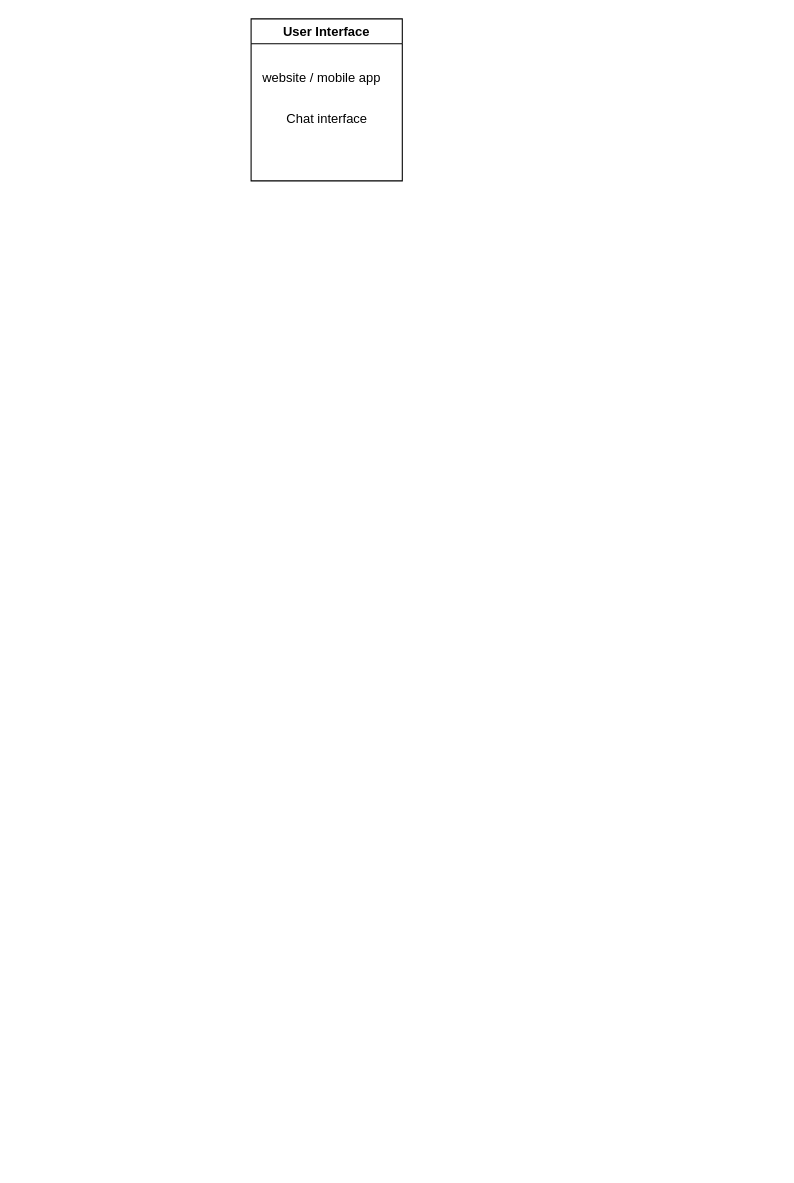
Earlier version of the draw.io diagram page "Detailed" (2 of 2) of Untitled Diagram.drawio (arunmadhu/ecom-angular). Source tidied: cells renumbered, new cells numbered last; positions are measured from the earlier drawing's top-left corner, leaving out a move shared by most shapes. Both pictures are drawn from the tidied source at 108%, with x=0, y=0 at pixel (251, 18).
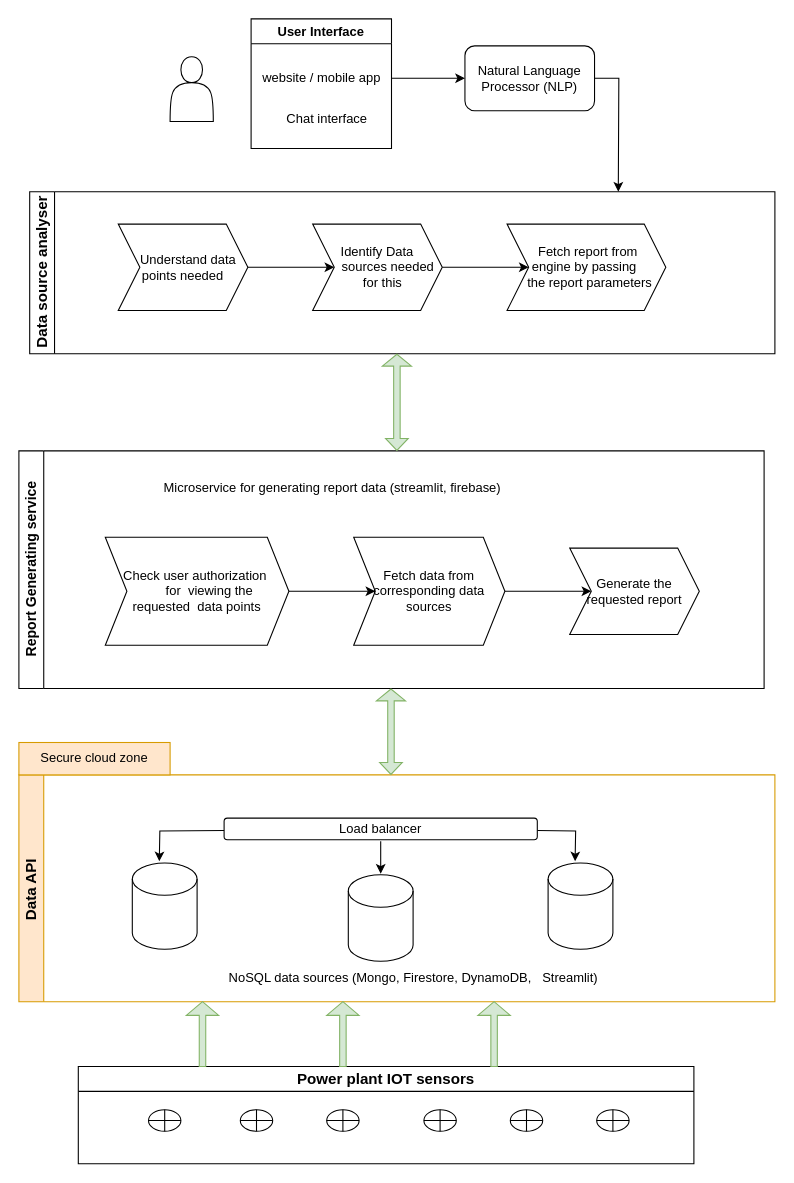
The same page after the edit.

The change refers to these unchanged cells:
```xml
<mxCell id="3" value="website / mobile app" style="text;html=1;align=center;verticalAlign=middle;points=[];strokeColor=none;fillColor=none;" parent="2" vertex="1">
  <mxGeometry y="40" width="130" height="30" as="geometry" />
</mxCell>
```

Diff of the diagram source:
```diff
@@
     <mxCell id="2" value="User Interface" style="swimlane;whiteSpace=wrap;html=1;" parent="1" vertex="1">
-      <mxGeometry width="140" height="150" as="geometry" />
+      <mxGeometry width="130" height="120" as="geometry" />
     </mxCell>
@@
+    <mxCell id="5" style="edgeStyle=orthogonalEdgeStyle;rounded=0;jettySize=auto;html=1;" parent="1" edge="1" source="6">
+      <mxGeometry relative="1" as="geometry">
+        <mxPoint x="340" y="160" as="targetPoint" />
+      </mxGeometry>
+    </mxCell>
+    <mxCell id="6" value="Natural Language Processor (NLP)" style="rounded=1;whiteSpace=wrap;html=1;" parent="1" vertex="1">
+      <mxGeometry x="198" y="25" width="120" height="60" as="geometry" />
+    </mxCell>
+    <mxCell id="7" value="&lt;font style=&quot;font-size: 14px;&quot;&gt;Data source analyser&lt;/font&gt;" style="swimlane;horizontal=0;whiteSpace=wrap;html=1;" parent="1" vertex="1">
+      <mxGeometry x="-205" y="160" width="690" height="150" as="geometry" />
+    </mxCell>
+    <mxCell id="8" style="edgeStyle=orthogonalEdgeStyle;rounded=0;jettySize=auto;html=1;" parent="7" edge="1" source="9" target="12">
+      <mxGeometry relative="1" as="geometry" />
+    </mxCell>
+    <mxCell id="9" value="&amp;nbsp; &amp;nbsp; &amp;nbsp; &amp;nbsp;Identify Data&amp;nbsp; &amp;nbsp; &amp;nbsp; &amp;nbsp; &amp;nbsp; &amp;nbsp; &amp;nbsp; &amp;nbsp;sources needed&amp;nbsp; &amp;nbsp; &amp;nbsp; for this&amp;nbsp;" style="shape=step;perimeter=stepPerimeter;whiteSpace=wrap;html=1;fixedSize=1;" parent="7" vertex="1">
+      <mxGeometry x="262" y="30" width="120" height="80" as="geometry" />
+    </mxCell>
+    <mxCell id="10" value="&amp;nbsp; &amp;nbsp;Understand data points needed" style="shape=step;perimeter=stepPerimeter;whiteSpace=wrap;html=1;fixedSize=1;" parent="7" vertex="1">
+      <mxGeometry x="82" y="30" width="120" height="80" as="geometry" />
+    </mxCell>
+    <mxCell id="11" style="edgeStyle=orthogonalEdgeStyle;rounded=0;jettySize=auto;html=1;" parent="7" edge="1" source="10" target="9">
+      <mxGeometry relative="1" as="geometry" />
+    </mxCell>
+    <mxCell id="12" value="&amp;nbsp; &amp;nbsp; &amp;nbsp; &amp;nbsp; Fetch report from&amp;nbsp; &amp;nbsp; &amp;nbsp; &amp;nbsp; &amp;nbsp; &amp;nbsp; &amp;nbsp; engine by passing&amp;nbsp; &amp;nbsp; &amp;nbsp; &amp;nbsp; &amp;nbsp; the report parameters" style="shape=step;perimeter=stepPerimeter;whiteSpace=wrap;html=1;fixedSize=1;" parent="7" vertex="1">
+      <mxGeometry x="442" y="30" width="147" height="80" as="geometry" />
+    </mxCell>
+    <mxCell id="13" value="&lt;font style=&quot;font-size: 14px;&quot;&gt;Data API&amp;nbsp;&lt;/font&gt;" style="swimlane;horizontal=0;whiteSpace=wrap;html=1;fillColor=#ffe6cc;strokeColor=#d79b00;" parent="1" vertex="1">
+      <mxGeometry x="-215" y="700" width="700" height="210" as="geometry" />
+    </mxCell>
+    <mxCell id="14" style="shape=cylinder3;whiteSpace=wrap;html=1;boundedLbl=1;backgroundOutline=1;size=15;" parent="13" vertex="1">
+      <mxGeometry x="105" y="81.5" width="60" height="80" as="geometry" />
+    </mxCell>
+    <mxCell id="15" style="shape=cylinder3;whiteSpace=wrap;html=1;boundedLbl=1;backgroundOutline=1;size=15;" parent="13" vertex="1">
+      <mxGeometry x="305" y="92.5" width="60" height="80" as="geometry" />
+    </mxCell>
+    <mxCell id="16" style="shape=cylinder3;whiteSpace=wrap;html=1;boundedLbl=1;backgroundOutline=1;size=15;" parent="13" vertex="1">
+      <mxGeometry x="490" y="81.5" width="60" height="80" as="geometry" />
+    </mxCell>
+    <mxCell id="17" value="NoSQL data sources (Mongo, Firestore, DynamoDB,&amp;nbsp; &amp;nbsp;Streamlit)" style="text;html=1;align=center;verticalAlign=middle;strokeColor=none;fillColor=none;" parent="13" vertex="1">
+      <mxGeometry x="180" y="172.5" width="370" height="30" as="geometry" />
+    </mxCell>
+    <mxCell id="18" style="edgeStyle=orthogonalEdgeStyle;rounded=0;orthogonalLoop=1;jettySize=auto;html=1;" parent="13" edge="1">
+      <mxGeometry relative="1" as="geometry">
+        <mxPoint x="335" y="61.5" as="sourcePoint" />
+        <mxPoint x="335" y="91.5" as="targetPoint" />
+      </mxGeometry>
+    </mxCell>
+    <mxCell id="19" style="edgeStyle=orthogonalEdgeStyle;rounded=0;orthogonalLoop=1;jettySize=auto;html=1;" parent="13" edge="1">
+      <mxGeometry relative="1" as="geometry">
+        <mxPoint x="480" y="51.5" as="sourcePoint" />
+        <mxPoint x="515" y="80" as="targetPoint" />
+      </mxGeometry>
+    </mxCell>
+    <mxCell id="20" value="Load balancer" style="rounded=1;whiteSpace=wrap;html=1;" parent="13" vertex="1">
+      <mxGeometry x="190" y="40" width="290" height="20" as="geometry" />
+    </mxCell>
+    <mxCell id="21" style="edgeStyle=orthogonalEdgeStyle;rounded=0;orthogonalLoop=1;jettySize=auto;html=1;" parent="13" edge="1">
+      <mxGeometry relative="1" as="geometry">
+        <mxPoint x="190" y="51.5" as="sourcePoint" />
+        <mxPoint x="130" y="80" as="targetPoint" />
+      </mxGeometry>
+    </mxCell>
+    <mxCell id="22" value="Secure cloud zone" style="text;html=1;align=center;verticalAlign=middle;whiteSpace=wrap;rounded=0;fillColor=#ffe6cc;strokeColor=#d79b00;" parent="1" vertex="1">
+      <mxGeometry x="-215" y="670" width="140" height="30" as="geometry" />
+    </mxCell>
+    <mxCell id="23" value="&lt;font style=&quot;font-size: 13px;&quot;&gt;Report Generating service&lt;/font&gt;" style="swimlane;horizontal=0;whiteSpace=wrap;html=1;" parent="1" vertex="1">
+      <mxGeometry x="-215" y="400" width="690" height="220" as="geometry" />
+    </mxCell>
+    <mxCell id="24" value="Microservice for generating report data (streamlit, firebase)" style="text;html=1;align=center;verticalAlign=middle;strokeColor=none;fillColor=none;" parent="23" vertex="1">
+      <mxGeometry x="120" y="20" width="340" height="30" as="geometry" />
+    </mxCell>
+    <mxCell id="25" style="edgeStyle=orthogonalEdgeStyle;rounded=0;jettySize=auto;html=1;" parent="23" edge="1" source="26" target="28">
+      <mxGeometry relative="1" as="geometry" />
+    </mxCell>
+    <mxCell id="26" value="&amp;nbsp; &amp;nbsp; Check user authorization&amp;nbsp; &amp;nbsp; &amp;nbsp; &amp;nbsp; &amp;nbsp; &amp;nbsp; &amp;nbsp; for&amp;nbsp; viewing the&amp;nbsp; requested&amp;nbsp; data points" style="shape=step;perimeter=stepPerimeter;whiteSpace=wrap;html=1;fixedSize=1;" parent="23" vertex="1">
+      <mxGeometry x="80" y="80" width="170" height="100" as="geometry" />
+    </mxCell>
+    <mxCell id="27" style="edgeStyle=orthogonalEdgeStyle;rounded=0;jettySize=auto;html=1;" parent="23" edge="1" source="28" target="29">
+      <mxGeometry relative="1" as="geometry" />
+    </mxCell>
+    <mxCell id="28" value="Fetch data from corresponding data sources" style="shape=step;perimeter=stepPerimeter;whiteSpace=wrap;html=1;fixedSize=1;" parent="23" vertex="1">
+      <mxGeometry x="310" y="80" width="140" height="100" as="geometry" />
+    </mxCell>
+    <mxCell id="29" value="Generate the requested report" style="shape=step;perimeter=stepPerimeter;whiteSpace=wrap;html=1;fixedSize=1;" parent="23" vertex="1">
+      <mxGeometry x="510" y="90" width="120" height="80" as="geometry" />
+    </mxCell>
+    <mxCell id="30" style="shape=flexArrow;endArrow=classic;startArrow=classic;html=1;rounded=0;startWidth=14;startSize=3.33;width=6;endSize=3.33;fillColor=#d5e8d4;strokeColor=#82b366;" parent="1" edge="1">
+      <mxGeometry relative="1" as="geometry">
+        <mxPoint x="135" y="400" as="sourcePoint" />
+        <mxPoint x="135" y="310" as="targetPoint" />
+      </mxGeometry>
+    </mxCell>
+    <mxCell id="31" style="shape=flexArrow;endArrow=classic;startArrow=classic;html=1;rounded=0;startWidth=14;startSize=3.33;width=6;endSize=3.33;fillColor=#d5e8d4;strokeColor=#82b366;" parent="1" edge="1">
+      <mxGeometry relative="1" as="geometry">
+        <mxPoint x="129.5" y="700" as="sourcePoint" />
+        <mxPoint x="129.5" y="620" as="targetPoint" />
+      </mxGeometry>
+    </mxCell>
+    <mxCell id="32" style="shape=actor;whiteSpace=wrap;html=1;" parent="1" vertex="1">
+      <mxGeometry x="-75" y="35" width="40" height="60" as="geometry" />
+    </mxCell>
+    <mxCell id="33" style="edgeStyle=orthogonalEdgeStyle;rounded=0;jettySize=auto;html=1;" parent="1" edge="1" source="3" target="6">
+      <mxGeometry relative="1" as="geometry" />
+    </mxCell>
+    <mxCell id="34" value="&lt;font style=&quot;font-size: 14px;&quot;&gt;Power plant IOT sensors&lt;/font&gt;" style="swimlane;whiteSpace=wrap;html=1;" parent="1" vertex="1">
+      <mxGeometry x="-160" y="970" width="570" height="90" as="geometry" />
+    </mxCell>
+    <mxCell id="35" style="shape=orEllipse;perimeter=ellipsePerimeter;whiteSpace=wrap;html=1;backgroundOutline=1;" parent="34" vertex="1">
+      <mxGeometry x="65" y="40" width="30" height="20" as="geometry" />
+    </mxCell>
+    <mxCell id="36" style="shape=orEllipse;perimeter=ellipsePerimeter;whiteSpace=wrap;html=1;backgroundOutline=1;" parent="34" vertex="1">
+      <mxGeometry x="320" y="40" width="30" height="20" as="geometry" />
+    </mxCell>
+    <mxCell id="37" style="shape=orEllipse;perimeter=ellipsePerimeter;whiteSpace=wrap;html=1;backgroundOutline=1;" parent="34" vertex="1">
+      <mxGeometry x="230" y="40" width="30" height="20" as="geometry" />
+    </mxCell>
+    <mxCell id="38" style="shape=orEllipse;perimeter=ellipsePerimeter;whiteSpace=wrap;html=1;backgroundOutline=1;" parent="34" vertex="1">
+      <mxGeometry x="150" y="40" width="30" height="20" as="geometry" />
+    </mxCell>
+    <mxCell id="39" style="shape=orEllipse;perimeter=ellipsePerimeter;whiteSpace=wrap;html=1;backgroundOutline=1;" parent="34" vertex="1">
+      <mxGeometry x="480" y="40" width="30" height="20" as="geometry" />
+    </mxCell>
+    <mxCell id="40" style="shape=orEllipse;perimeter=ellipsePerimeter;whiteSpace=wrap;html=1;backgroundOutline=1;" parent="34" vertex="1">
+      <mxGeometry x="400" y="40" width="30" height="20" as="geometry" />
+    </mxCell>
+    <mxCell id="41" style="shape=singleArrow;direction=north;whiteSpace=wrap;html=1;arrowWidth=0.2;arrowSize=0.2111111111111111;fillColor=#d5e8d4;strokeColor=#82b366;" parent="1" vertex="1">
+      <mxGeometry x="-60" y="910" width="30" height="60" as="geometry" />
+    </mxCell>
+    <mxCell id="42" style="shape=singleArrow;direction=north;whiteSpace=wrap;html=1;arrowWidth=0.2;arrowSize=0.2111111111111111;fillColor=#d5e8d4;strokeColor=#82b366;" parent="1" vertex="1">
+      <mxGeometry x="70" y="910" width="30" height="60" as="geometry" />
+    </mxCell>
+    <mxCell id="43" style="shape=singleArrow;direction=north;whiteSpace=wrap;html=1;arrowWidth=0.2;arrowSize=0.2111111111111111;fillColor=#d5e8d4;strokeColor=#82b366;" parent="1" vertex="1">
+      <mxGeometry x="210" y="910" width="30" height="60" as="geometry" />
+    </mxCell>
```
